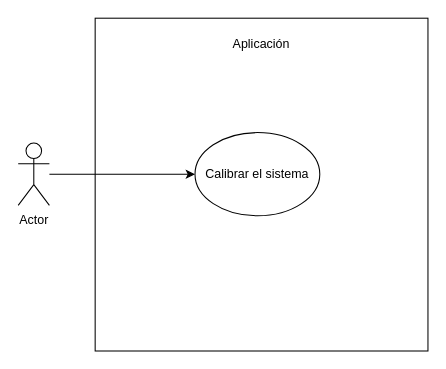
Earlier version of the draw.io diagram page "Calibración" (1 of 7) of use cases/Diagrama sin título.drawio (sergiosant02/TFG-pupil-detection). Source tidied: cells renumbered, new cells numbered last; positions are measured from the earlier drawing's top-left corner, leaving out a move shared by most shapes. Both pictures are drawn from the tidied source at 104%, with x=0, y=0 at pixel (18, 18).
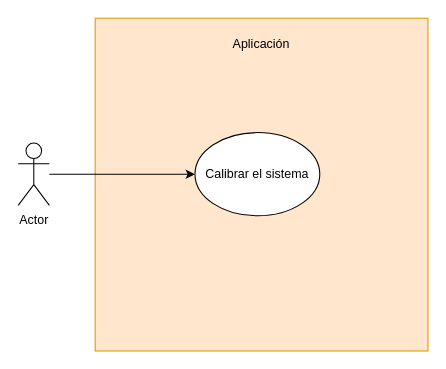
The same page after the edit.

Change to the diagram source:
```diff
@@
 <mxGraphModel>
   <root>
     <mxCell id="0" />
     <mxCell id="1" parent="0" />
-    <mxCell id="2" style="whiteSpace=wrap;html=1;" parent="1" vertex="1">
+    <mxCell id="2" style="whiteSpace=wrap;html=1;fillColor=#ffe6cc;strokeColor=#d79b00;" parent="1" vertex="1">
       <mxGeometry x="74" width="320" height="320" as="geometry" />
     </mxCell>
     <mxCell id="3" style="edgeStyle=orthogonalEdgeStyle;rounded=0;jettySize=auto;html=1;" parent="1" edge="1" source="4" target="5">
       <mxGeometry relative="1" as="geometry" />
     </mxCell>
     <mxCell id="4" value="Actor" style="shape=umlActor;verticalLabelPosition=bottom;verticalAlign=top;html=1;outlineConnect=0;" parent="1" vertex="1">
       <mxGeometry y="120" width="30" height="60" as="geometry" />
     </mxCell>
     <mxCell id="5" value="Calibrar el sistema" style="ellipse;whiteSpace=wrap;html=1;" parent="1" vertex="1">
       <mxGeometry x="170" y="110" width="120" height="80" as="geometry" />
     </mxCell>
     <mxCell id="6" value="Aplicación" style="text;html=1;align=center;verticalAlign=middle;whiteSpace=wrap;rounded=0;" parent="1" vertex="1">
       <mxGeometry x="169" y="10" width="130" height="30" as="geometry" />
     </mxCell>
   </root>
 </mxGraphModel>
```
